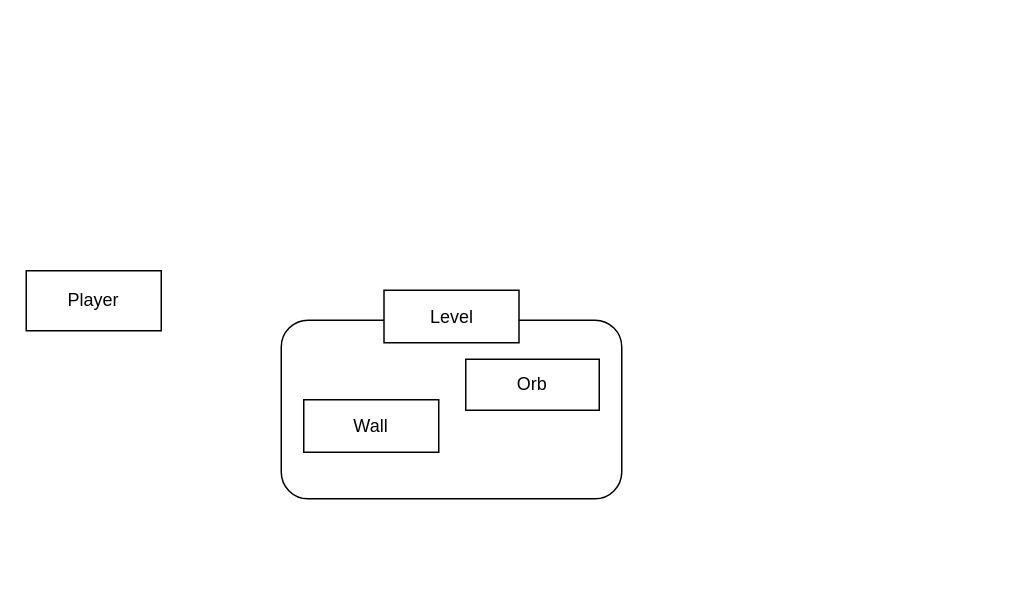
This is page "Domain" (5 of 5) of zapocalypse.drawio from ENorell/zapocalypse, a draw.io file, before an edit. Source tidied: cells renumbered, new cells numbered last; positions are measured from the earlier drawing's top-left corner, leaving out a move shared by most shapes. Both pictures are drawn from the tidied source at 150%, with x=0, y=0 at pixel (26, 270).
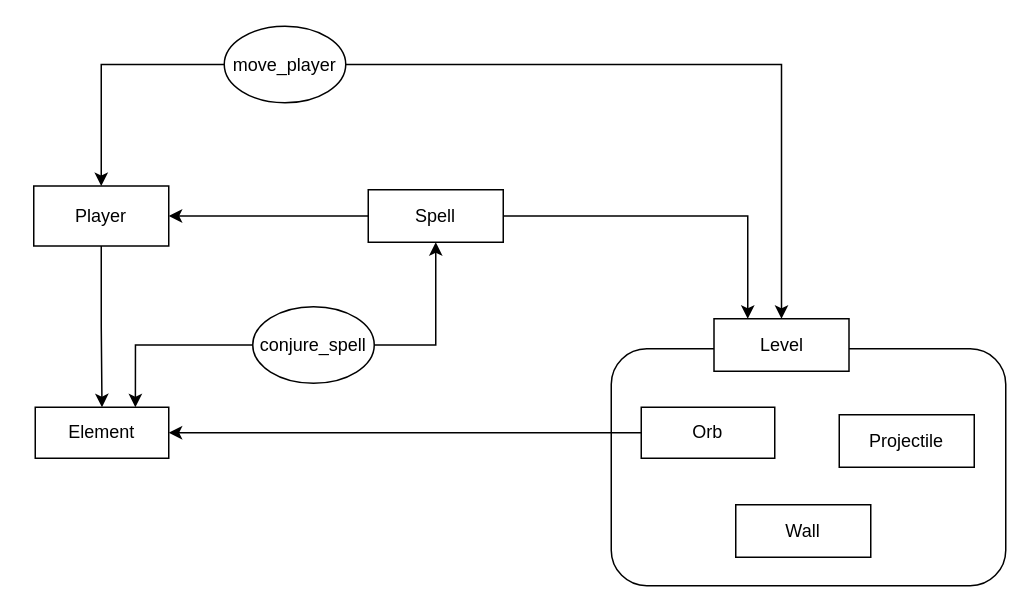
The same diagram, later.

The edit, as a diff of the source:
```diff
@@
 <mxGraphModel>
   <root>
     <mxCell id="0" />
     <mxCell id="1" parent="0" />
     <mxCell id="2" style="rounded=1;whiteSpace=wrap;html=1;" parent="1" vertex="1">
-      <mxGeometry x="170" y="33" width="227" height="119" as="geometry" />
+      <mxGeometry x="390" y="52" width="263" height="158" as="geometry" />
     </mxCell>
     <mxCell id="3" value="Level" style="whiteSpace=wrap;html=1;" parent="1" vertex="1">
-      <mxGeometry x="238.5" y="13" width="90" height="35" as="geometry" />
+      <mxGeometry x="458.5" y="32" width="90" height="35" as="geometry" />
     </mxCell>
+    <mxCell id="7" style="edgeStyle=orthogonalEdgeStyle;rounded=0;jettySize=auto;html=1;" parent="1" edge="1" source="4" target="9">
+      <mxGeometry relative="1" as="geometry" />
+    </mxCell>
     <mxCell id="4" value="Player" style="rounded=0;whiteSpace=wrap;html=1;" parent="1" vertex="1">
-      <mxGeometry width="90" height="40" as="geometry" />
+      <mxGeometry x="5" y="-56.5" width="90" height="40" as="geometry" />
     </mxCell>
+    <mxCell id="8" style="edgeStyle=orthogonalEdgeStyle;rounded=0;jettySize=auto;html=1;" parent="1" edge="1" source="5" target="9">
+      <mxGeometry relative="1" as="geometry" />
+    </mxCell>
     <mxCell id="5" value="Orb" style="rounded=0;whiteSpace=wrap;html=1;" parent="1" vertex="1">
-      <mxGeometry x="293" y="59" width="89" height="34" as="geometry" />
+      <mxGeometry x="410" y="91" width="89" height="34" as="geometry" />
     </mxCell>
     <mxCell id="6" value="Wall" style="whiteSpace=wrap;html=1;" parent="1" vertex="1">
-      <mxGeometry x="185" y="86" width="90" height="35" as="geometry" />
+      <mxGeometry x="473" y="156" width="90" height="35" as="geometry" />
     </mxCell>
+    <mxCell id="9" value="Element" style="rounded=0;whiteSpace=wrap;html=1;" parent="1" vertex="1">
+      <mxGeometry x="6" y="91" width="89" height="34" as="geometry" />
+    </mxCell>
+    <mxCell id="10" style="edgeStyle=orthogonalEdgeStyle;rounded=0;jettySize=auto;html=1;entryX=0.5;entryY=0;entryDx=0;entryDy=0;" parent="1" edge="1" source="12" target="4">
+      <mxGeometry relative="1" as="geometry" />
+    </mxCell>
+    <mxCell id="11" style="edgeStyle=orthogonalEdgeStyle;rounded=0;jettySize=auto;html=1;entryX=0.5;entryY=0;entryDx=0;entryDy=0;" parent="1" edge="1" source="12" target="3">
+      <mxGeometry relative="1" as="geometry" />
+    </mxCell>
+    <mxCell id="12" value="move_player" style="ellipse;whiteSpace=wrap;html=1;" parent="1" vertex="1">
+      <mxGeometry x="132" y="-163" width="81" height="51" as="geometry" />
+    </mxCell>
+    <mxCell id="13" style="edgeStyle=orthogonalEdgeStyle;rounded=0;jettySize=auto;html=1;entryX=1;entryY=0.5;entryDx=0;entryDy=0;" parent="1" edge="1" source="15" target="4">
+      <mxGeometry relative="1" as="geometry" />
+    </mxCell>
+    <mxCell id="14" style="edgeStyle=orthogonalEdgeStyle;rounded=0;jettySize=auto;html=1;entryX=0.25;entryY=0;entryDx=0;entryDy=0;" parent="1" edge="1" source="15" target="3">
+      <mxGeometry relative="1" as="geometry" />
+    </mxCell>
+    <mxCell id="15" value="Spell" style="whiteSpace=wrap;html=1;" parent="1" vertex="1">
+      <mxGeometry x="228" y="-54" width="90" height="35" as="geometry" />
+    </mxCell>
+    <mxCell id="16" value="Projectile" style="whiteSpace=wrap;html=1;" parent="1" vertex="1">
+      <mxGeometry x="542" y="96" width="90" height="35" as="geometry" />
+    </mxCell>
+    <mxCell id="17" style="edgeStyle=orthogonalEdgeStyle;rounded=0;jettySize=auto;html=1;entryX=0.75;entryY=0;entryDx=0;entryDy=0;" parent="1" edge="1" source="19" target="9">
+      <mxGeometry relative="1" as="geometry" />
+    </mxCell>
+    <mxCell id="18" style="edgeStyle=orthogonalEdgeStyle;rounded=0;jettySize=auto;html=1;entryX=0.5;entryY=1;entryDx=0;entryDy=0;exitX=1;exitY=0.5;exitDx=0;exitDy=0;" parent="1" edge="1" source="19" target="15">
+      <mxGeometry relative="1" as="geometry" />
+    </mxCell>
+    <mxCell id="19" value="conjure_spell" style="ellipse;whiteSpace=wrap;html=1;" parent="1" vertex="1">
+      <mxGeometry x="151" y="24" width="81" height="51" as="geometry" />
+    </mxCell>
   </root>
 </mxGraphModel>
```
